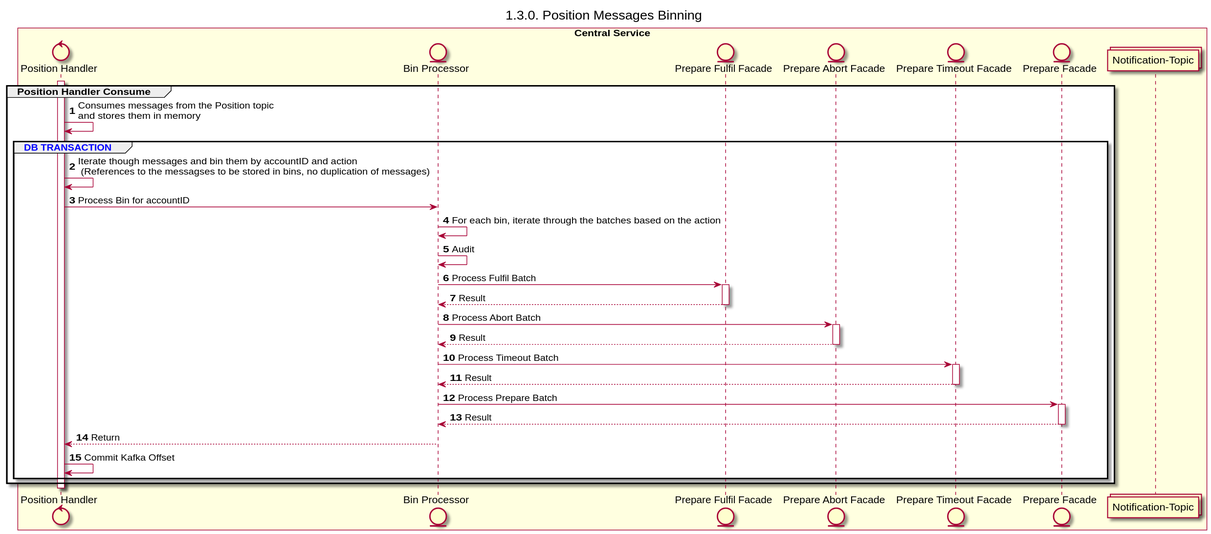
The PlantUML diagram docs/technical/central-ledger/assets/diagrams/sequence/seq-position-binning.svg in mojaloop/documentation, before a commit. Its source is kept beside it as docs/technical/central-ledger/assets/diagrams/sequence/seq-position-binning.plantuml.
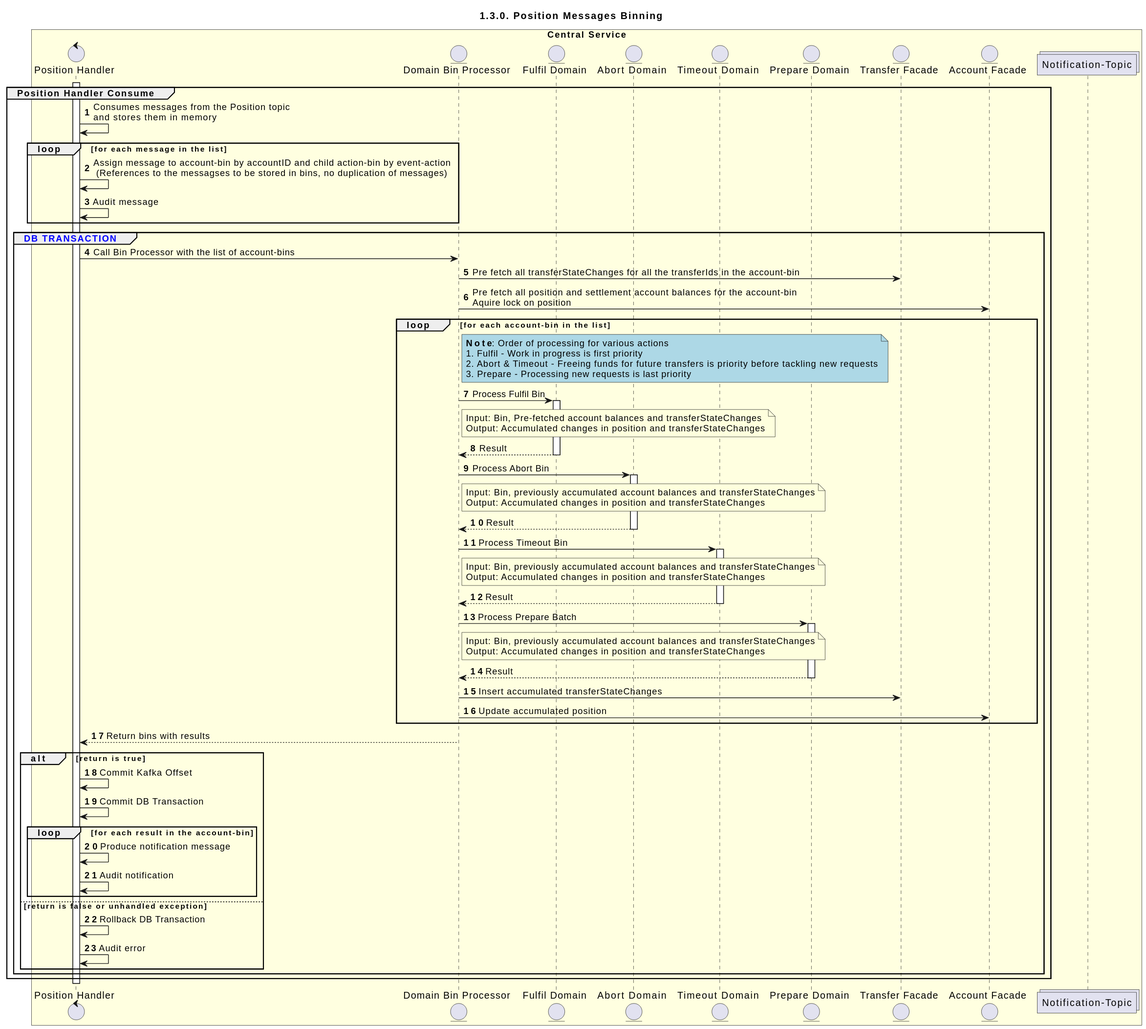
Later version of the same file.

Commit message:
feat: changes in binning seq

What changed in the source:
```diff
@@ -7,19 +7,23 @@
 control "Position Handler" as POS_HANDLER
 
 entity "Domain Bin Processor" as BIN_PROCESSOR
-entity "Prepare Facade" as FACADE_PREPARE
-entity "Fulfil Facade" as FACADE_FULFIL
-entity "Abort Facade" as FACADE_ABORT
-entity "Timeout Facade" as FACADE_TIMEOUT
+entity "Prepare Domain" as DOMAIN_PREPARE
+entity "Fulfil Domain" as DOMAIN_FULFIL
+entity "Abort Domain" as DOMAIN_ABORT
+entity "Timeout Domain" as DOMAIN_TIMEOUT
+entity "Transfer Facade" as FACADE_TRANSFER
+entity "Account Facade" as FACADE_ACCOUNT
 collections "Notification-Topic" as TOPIC_NOTIFICATIONS
 
 box "Central Service" #LightYellow
     participant POS_HANDLER
     participant BIN_PROCESSOR
-    participant FACADE_FULFIL
-    participant FACADE_ABORT
-    participant FACADE_TIMEOUT
-    participant FACADE_PREPARE
+    participant DOMAIN_FULFIL
+    participant DOMAIN_ABORT
+    participant DOMAIN_TIMEOUT
+    participant DOMAIN_PREPARE
+    participant FACADE_TRANSFER
+    participant FACADE_ACCOUNT
     participant TOPIC_NOTIFICATIONS
 end box
 
@@ -33,15 +37,9 @@
     group <color #blue>DB TRANSACTION</color>
         POS_HANDLER -> BIN_PROCESSOR: Call Bin Processor with the list of account-bins
 
-        note right of BIN_PROCESSOR #orange
-            **TODO**: Further future enhancements
-            1. Pre fetch all transferStateChanges for all the transferIds in the account-bin
-            2. Pre fetch position and settlement account balances for the account-bin
-            3. Aquire lock on position
-            4. Modify facade functions to return resultant changes in position and transferStateChanges
-            which will then be accumulated after processing each action-bin
-            5. Apply the accumulated changes to the position and transferStateChanges
-        end note
+        BIN_PROCESSOR -> FACADE_TRANSFER: Pre fetch all transferStateChanges for all the transferIds in the account-bin
+        BIN_PROCESSOR -> FACADE_ACCOUNT: Pre fetch all position and settlement account balances for the account-bin\nAquire lock on position
+
         loop for each account-bin in the list
             note right of BIN_PROCESSOR #lightblue
                 **Note**: Order of processing for various actions
@@ -50,25 +48,43 @@
                 3. Prepare - Processing new requests is last priority
             end note
 
-            BIN_PROCESSOR -> FACADE_FULFIL: Process Fulfil Batch
-            activate FACADE_FULFIL
-            FACADE_FULFIL --> BIN_PROCESSOR: Result
-            deactivate FACADE_FULFIL
+            BIN_PROCESSOR -> DOMAIN_FULFIL: Process Fulfil Bin
+            note right of BIN_PROCESSOR
+                Input: Bin, Pre-fetched account balances and transferStateChanges
+                Output: Accumulated changes in position and transferStateChanges
+            end note
+            activate DOMAIN_FULFIL
+            DOMAIN_FULFIL --> BIN_PROCESSOR: Result
+            deactivate DOMAIN_FULFIL
 
-            BIN_PROCESSOR -> FACADE_ABORT: Process Abort Batch
-            activate FACADE_ABORT
-            FACADE_ABORT --> BIN_PROCESSOR: Result
-            deactivate FACADE_ABORT
+            BIN_PROCESSOR -> DOMAIN_ABORT: Process Abort Bin
+            note right of BIN_PROCESSOR
+                Input: Bin, previously accumulated account balances and transferStateChanges
+                Output: Accumulated changes in position and transferStateChanges
+            end note
+            activate DOMAIN_ABORT
+            DOMAIN_ABORT --> BIN_PROCESSOR: Result
+            deactivate DOMAIN_ABORT
 
-            BIN_PROCESSOR -> FACADE_TIMEOUT: Process Timeout Batch
-            activate FACADE_TIMEOUT
-            FACADE_TIMEOUT --> BIN_PROCESSOR: Result
-            deactivate FACADE_TIMEOUT
+            BIN_PROCESSOR -> DOMAIN_TIMEOUT: Process Timeout Bin
+            note right of BIN_PROCESSOR
+                Input: Bin, previously accumulated account balances and transferStateChanges
+                Output: Accumulated changes in position and transferStateChanges
+            end note
+            activate DOMAIN_TIMEOUT
+            DOMAIN_TIMEOUT --> BIN_PROCESSOR: Result
+            deactivate DOMAIN_TIMEOUT
 
-            BIN_PROCESSOR -> FACADE_PREPARE: Process Prepare Batch
-            activate FACADE_PREPARE
-            FACADE_PREPARE --> BIN_PROCESSOR: Result
-            deactivate FACADE_PREPARE
+            BIN_PROCESSOR -> DOMAIN_PREPARE: Process Prepare Batch
+            note right of BIN_PROCESSOR
+                Input: Bin, previously accumulated account balances and transferStateChanges
+                Output: Accumulated changes in position and transferStateChanges
+            end note
+            activate DOMAIN_PREPARE
+            DOMAIN_PREPARE --> BIN_PROCESSOR: Result
+            deactivate DOMAIN_PREPARE
+            BIN_PROCESSOR -> FACADE_TRANSFER: Insert accumulated transferStateChanges
+            BIN_PROCESSOR -> FACADE_ACCOUNT: Update accumulated position
         end
 
         BIN_PROCESSOR --> POS_HANDLER: Return bins with results
```
